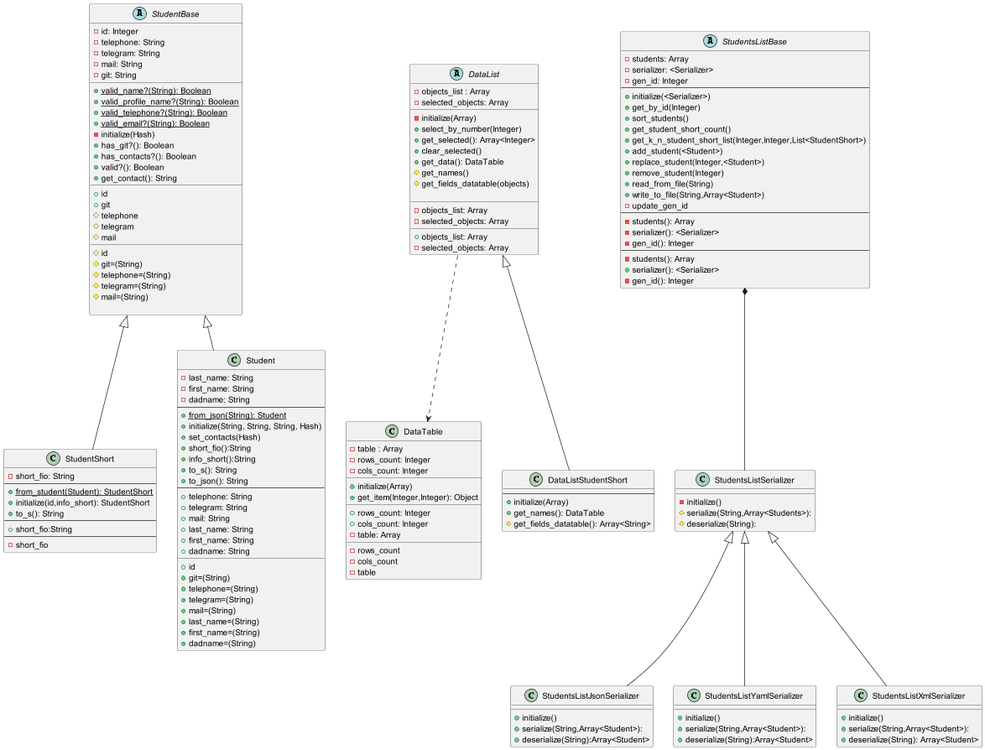
The PlantUML diagram LR2/diagram/Class/StudentClassDiagram.png in KREEAL/RubyLabs, before a commit.
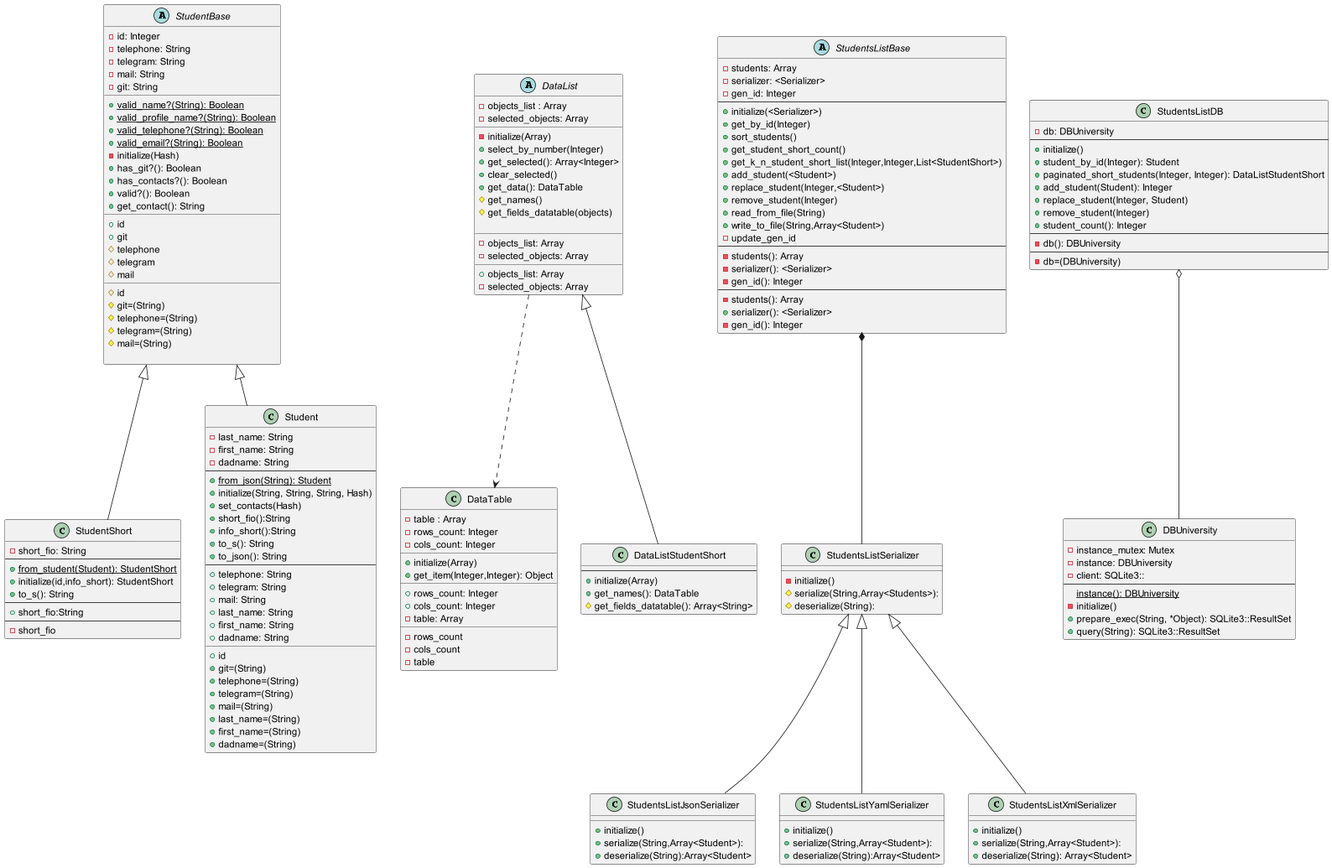
After the commit.

Commit message:
Забыл картинку)))))

What changed in the source:
```diff
@@ -163,8 +163,35 @@
     +deserialize(String): Array<Student>
 }
 
+class DBUniversity {
+    -instance_mutex: Mutex
+    -instance: DBUniversity
+    -client: SQLite3::
+    --
+    {static}instance(): DBUniversity
+    -initialize()
+    +prepare_exec(String, *Object): SQLite3::ResultSet
+    +query(String): SQLite3::ResultSet
+}
+class StudentsListDB {
+    -db: DBUniversity
+    --
+    +initialize()
+    +student_by_id(Integer): Student
+    +paginated_short_students(Integer, Integer): DataListStudentShort
+    +add_student(Student): Integer
+    +replace_student(Integer, Student)
+    +remove_student(Integer)
+    +student_count(): Integer
+    --
+    -db(): DBUniversity
+    --
+    -db=(DBUniversity)
+}
+
 
 
 DataList ..> DataTable
 StudentsListBase *-- StudentsListSerializer
+StudentsListDB o-- DBUniversity
 @enduml
```
